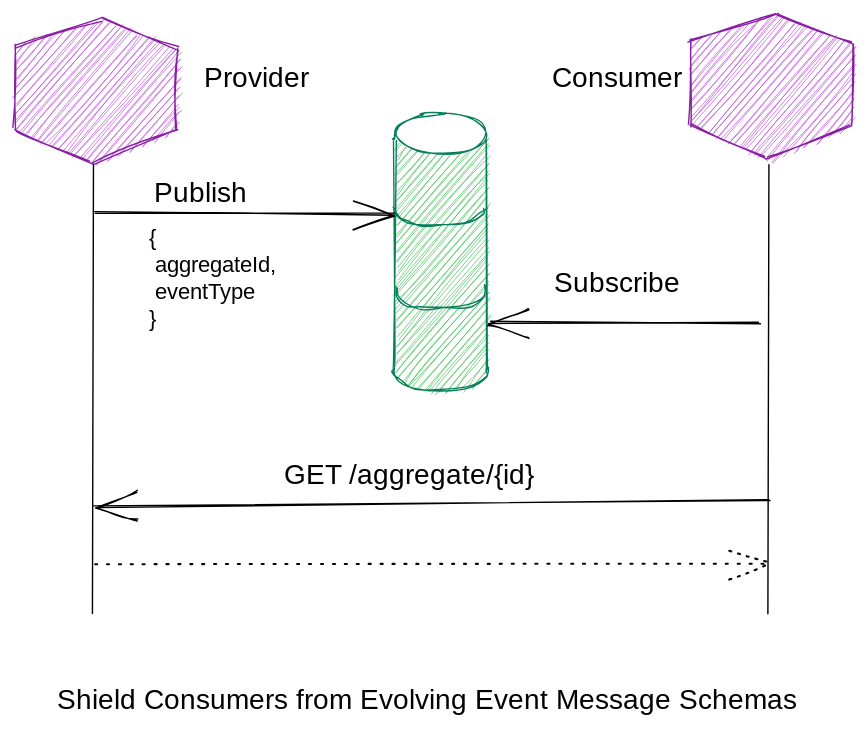
ZenWave360/zenwave-sdk keeps this Excalidraw diagram as docs/05-DDD-CQRS-And-Direct-Access.excalidraw.svg. Above is the earlier version. Source tidied: one line per element, renumbered; positions are measured from the earlier drawing's top-left corner, leaving out a move shared by most shapes. Source of this version:
```json
{"id": 0, "type": "line", "strokeColor": "#881fa3", "backgroundColor": "#be4bdb", "fillStyle": "hachure", "strokeWidth": 1, "roughness": 1, "x": 63, "y": 3, "width": 116, "height": 104, "points": [[0, 0], [-62, 19], [-63, 79], [-8, 104], [52, 79], [53, 21], [0, 0]]}
{"id": 1, "type": "line", "strokeColor": "#087f5b", "angle": 6.28, "backgroundColor": "#40c057", "fillStyle": "hachure", "strokeWidth": 1, "roughness": 1, "x": 271, "y": 90, "width": 66, "height": 196, "points": [[0, 0], [0, 148], [0, 165], [3, 172], [15, 178], [35, 180], [54, 177], [65, 170], [66, 164], [66, 150], [66, 12], [66, -1], [62, -8], [53, -12], [32, -16], [16, -14], [3, -6], [0, 0], [0, 0]]}
{"id": 2, "type": "line", "strokeColor": "#087f5b", "angle": 6.28, "strokeWidth": 1, "roughness": 1, "x": 272, "y": 196, "width": 64, "height": 16, "points": [[0, 0], [2, 6], [9, 12], [19, 15], [34, 15], [52, 13], [62, 6], [64, -1]]}
{"id": 3, "type": "line", "strokeColor": "#087f5b", "angle": 6.28, "strokeWidth": 1, "roughness": 1, "x": 272, "y": 139, "width": 64, "height": 13, "points": [[0, 0], [2, 5], [9, 9], [19, 12], [34, 12], [52, 11], [62, 5], [64, -1]]}
{"id": 4, "type": "ellipse", "strokeColor": "#087f5b", "angle": 6.28, "backgroundColor": "#fff", "fillStyle": "solid", "strokeWidth": 1, "roughness": 1, "x": 273, "y": 71, "width": 65, "height": 29}
{"id": 5, "type": "line", "strokeColor": "#881fa3", "backgroundColor": "#be4bdb", "fillStyle": "hachure", "strokeWidth": 1, "roughness": 1, "x": 546, "y": 0, "width": 116, "height": 104, "points": [[0, 0], [-62, 19], [-63, 79], [-8, 104], [52, 79], [53, 21], [0, 0]]}
{"id": 6, "type": "line", "strokeColor": "#000000", "strokeWidth": 1, "roughness": 0, "x": 57, "y": 107, "width": 1, "height": 321, "points": [[0, 0], [-1, 321]]}
{"id": 7, "type": "line", "strokeColor": "#000000", "strokeWidth": 1, "roughness": 0, "x": 539, "y": 108, "width": 1, "height": 321, "points": [[0, 0], [-1, 321]]}
{"id": 8, "type": "arrow", "strokeColor": "#000000", "strokeWidth": 1, "roughness": 1, "endArrowhead": "arrow", "x": 58, "y": 143, "width": 214, "height": 0, "points": [[0, 0], [214, 0]]}
{"id": 9, "type": "arrow", "strokeColor": "#000000", "strokeWidth": 1, "roughness": 1, "endArrowhead": "arrow", "x": 533, "y": 221, "width": 193, "height": 2, "points": [[0, 0], [-193, -2]]}
{"id": 10, "type": "arrow", "strokeColor": "#000000", "strokeWidth": 1, "roughness": 1, "endArrowhead": "arrow", "x": 539, "y": 347, "width": 481, "height": 5, "points": [[0, 0], [-481, 5]]}
{"id": 11, "type": "arrow", "strokeColor": "#000000", "strokeWidth": 1, "strokeStyle": "dotted", "roughness": 1, "endArrowhead": "arrow", "x": 58, "y": 393, "width": 481, "height": 1, "points": [[0, 0], [481, -1]]}
{"id": 12, "type": "text", "text": "GET /aggregate/{id}", "strokeColor": "#000000", "strokeWidth": 1, "strokeStyle": "dotted", "roughness": 0, "fontSize": 20, "fontFamily": 1, "x": 193, "y": 318, "width": 212, "height": 25}
{"id": 13, "type": "text", "text": "Publish", "strokeColor": "#000000", "strokeWidth": 1, "strokeStyle": "dotted", "roughness": 0, "fontSize": 20, "fontFamily": 1, "x": 100, "y": 116, "width": 66, "height": 25}
{"id": 14, "type": "text", "text": "{ \n aggregateId,\n eventType\n}", "strokeColor": "#000000", "strokeWidth": 1, "strokeStyle": "dotted", "roughness": 0, "fontSize": 16, "fontFamily": 3, "x": 97, "y": 149, "width": 122, "height": 77}
{"id": 15, "type": "text", "text": "Subscribe", "strokeColor": "#000000", "strokeWidth": 1, "strokeStyle": "dotted", "roughness": 0, "fontSize": 20, "fontFamily": 1, "x": 386, "y": 181, "width": 90, "height": 25}
{"id": 16, "type": "text", "text": "Provider", "strokeColor": "#000000", "strokeWidth": 1, "strokeStyle": "dotted", "roughness": 1, "fontSize": 20, "fontFamily": 1, "x": 136, "y": 34, "width": 80, "height": 25}
{"id": 17, "type": "text", "text": "Consumer", "strokeColor": "#000000", "strokeWidth": 1, "strokeStyle": "dotted", "roughness": 1, "fontSize": 20, "fontFamily": 1, "x": 384, "y": 34, "width": 89, "height": 25}
{"id": 18, "type": "text", "text": "Shield Consumers from Evolving Event Message Schemas", "strokeColor": "#000000", "strokeWidth": 1, "strokeStyle": "dotted", "roughness": 1, "fontSize": 20, "fontFamily": 1, "x": 30, "y": 479, "width": 548, "height": 25}
```
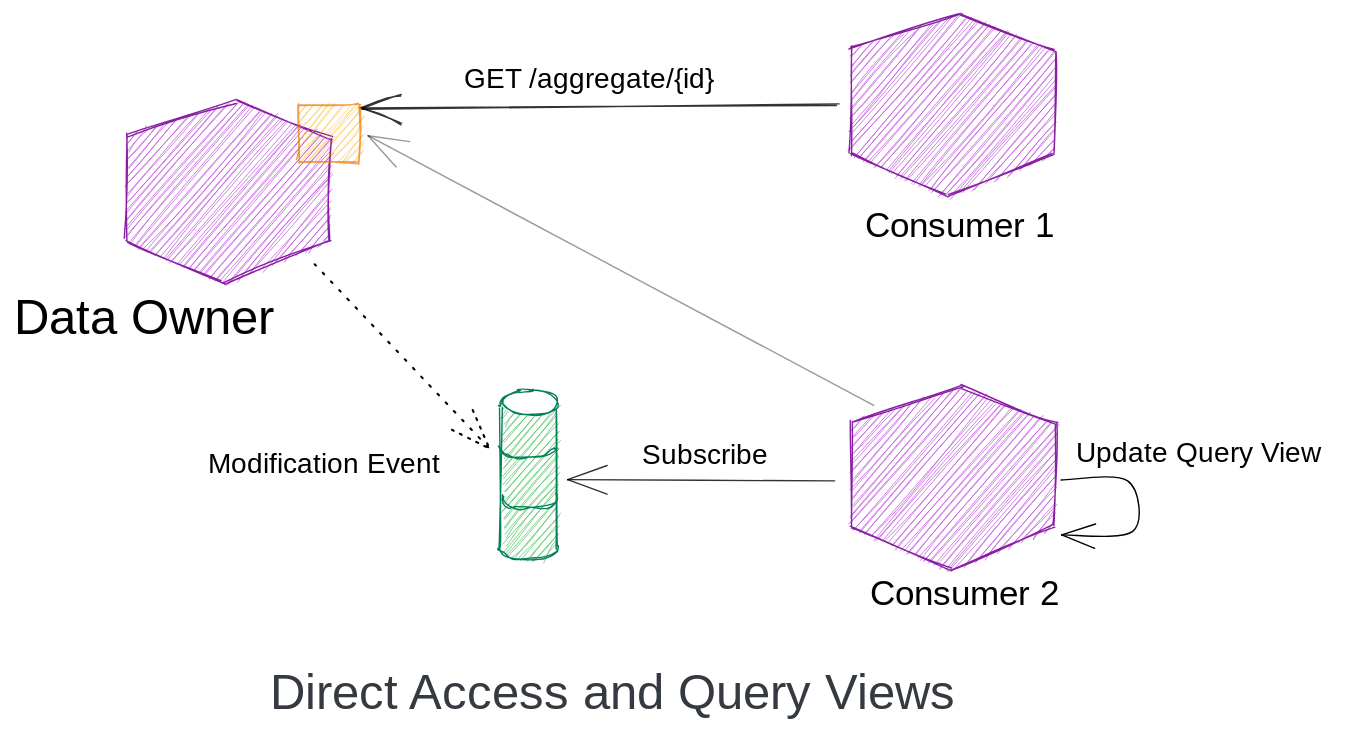
The same diagram one commit later.

Change to the diagram source:
```diff
@@ -1,19 +1,21 @@
-{"id": 0, "type": "line", "strokeColor": "#881fa3", "backgroundColor": "#be4bdb", "fillStyle": "hachure", "strokeWidth": 1, "roughness": 1, "x": 63, "y": 3, "width": 116, "height": 104, "points": [[0, 0], [-62, 19], [-63, 79], [-8, 104], [52, 79], [53, 21], [0, 0]]}
+{"id": 0, "type": "line", "strokeColor": "#881fa3", "backgroundColor": "#be4bdb", "fillStyle": "hachure", "strokeWidth": 1, "roughness": 1, "x": -2, "y": 19, "width": 147, "height": 131, "points": [[0, 0], [-79, 24], [-80, 100], [-10, 131], [65, 100], [67, 27], [0, 0]]}
-{"id": 1, "type": "line", "strokeColor": "#087f5b", "angle": 6.28, "backgroundColor": "#40c057", "fillStyle": "hachure", "strokeWidth": 1, "roughness": 1, "x": 271, "y": 90, "width": 66, "height": 196, "points": [[0, 0], [0, 148], [0, 165], [3, 172], [15, 178], [35, 180], [54, 177], [65, 170], [66, 164], [66, 150], [66, 12], [66, -1], [62, -8], [53, -12], [32, -16], [16, -14], [3, -6], [0, 0], [0, 0]]}
+{"id": 1, "type": "line", "strokeColor": "#087f5b", "angle": 6.28, "backgroundColor": "#40c057", "fillStyle": "hachure", "strokeWidth": 1, "roughness": 1, "x": 186, "y": 237, "width": 41, "height": 120, "points": [[0, 0], [0, 91], [0, 101], [2, 105], [9, 109], [22, 110], [33, 108], [40, 104], [40, 100], [41, 92], [40, 8], [40, 0], [38, -5], [32, -7], [20, -10], [10, -8], [2, -4], [0, 0], [0, 0]]}
-{"id": 2, "type": "line", "strokeColor": "#087f5b", "angle": 6.28, "strokeWidth": 1, "roughness": 1, "x": 272, "y": 196, "width": 64, "height": 16, "points": [[0, 0], [2, 6], [9, 12], [19, 15], [34, 15], [52, 13], [62, 6], [64, -1]]}
+{"id": 2, "type": "line", "strokeColor": "#087f5b", "angle": 6.28, "strokeWidth": 1, "roughness": 1, "x": 187, "y": 301, "width": 39, "height": 10, "points": [[0, 0], [1, 4], [6, 7], [11, 9], [21, 9], [32, 8], [38, 4], [39, 0]]}
-{"id": 3, "type": "line", "strokeColor": "#087f5b", "angle": 6.28, "strokeWidth": 1, "roughness": 1, "x": 272, "y": 139, "width": 64, "height": 13, "points": [[0, 0], [2, 5], [9, 9], [19, 12], [34, 12], [52, 11], [62, 5], [64, -1]]}
+{"id": 3, "type": "line", "strokeColor": "#087f5b", "angle": 6.28, "strokeWidth": 1, "roughness": 1, "x": 186, "y": 266, "width": 39, "height": 8, "points": [[0, 0], [1, 3], [5, 6], [11, 7], [21, 8], [32, 7], [38, 3], [39, 0]]}
-{"id": 4, "type": "ellipse", "strokeColor": "#087f5b", "angle": 6.28, "backgroundColor": "#fff", "fillStyle": "solid", "strokeWidth": 1, "roughness": 1, "x": 273, "y": 71, "width": 65, "height": 29}
+{"id": 4, "type": "ellipse", "strokeColor": "#087f5b", "angle": 6.28, "backgroundColor": "#fff", "fillStyle": "solid", "strokeWidth": 1, "roughness": 1, "x": 188, "y": 226, "width": 40, "height": 18}
-{"id": 5, "type": "line", "strokeColor": "#881fa3", "backgroundColor": "#be4bdb", "fillStyle": "hachure", "strokeWidth": 1, "roughness": 1, "x": 546, "y": 0, "width": 116, "height": 104, "points": [[0, 0], [-62, 19], [-63, 79], [-8, 104], [52, 79], [53, 21], [0, 0]]}
+{"id": 5, "type": "line", "strokeColor": "#881fa3", "backgroundColor": "#be4bdb", "fillStyle": "hachure", "strokeWidth": 1, "roughness": 1, "x": 516, "y": -43, "width": 147, "height": 131, "points": [[0, 0], [-79, 24], [-80, 100], [-10, 131], [65, 100], [67, 27], [0, 0]]}
-{"id": 6, "type": "line", "strokeColor": "#000000", "strokeWidth": 1, "roughness": 0, "x": 57, "y": 107, "width": 1, "height": 321, "points": [[0, 0], [-1, 321]]}
-{"id": 7, "type": "line", "strokeColor": "#000000", "strokeWidth": 1, "roughness": 0, "x": 539, "y": 108, "width": 1, "height": 321, "points": [[0, 0], [-1, 321]]}
-{"id": 8, "type": "arrow", "strokeColor": "#000000", "strokeWidth": 1, "roughness": 1, "endArrowhead": "arrow", "x": 58, "y": 143, "width": 214, "height": 0, "points": [[0, 0], [214, 0]]}
+{"id": 8, "type": "arrow", "strokeColor": "#000000", "strokeWidth": 1, "strokeStyle": "dotted", "roughness": 0, "endArrowhead": "arrow", "x": 53, "y": 135, "width": 125, "height": 132, "points": [[0, 0], [125, 132]]}
-{"id": 9, "type": "arrow", "strokeColor": "#000000", "strokeWidth": 1, "roughness": 1, "endArrowhead": "arrow", "x": 533, "y": 221, "width": 193, "height": 2, "points": [[0, 0], [-193, -2]]}
+{"id": 9, "type": "arrow", "strokeColor": "#000000", "strokeWidth": 1, "roughness": 0, "opacity": 80, "endArrowhead": "arrow", "x": 425, "y": 290, "width": 191, "height": 1, "points": [[0, 0], [-191, -1]]}
-{"id": 10, "type": "arrow", "strokeColor": "#000000", "strokeWidth": 1, "roughness": 1, "endArrowhead": "arrow", "x": 539, "y": 347, "width": 481, "height": 5, "points": [[0, 0], [-481, 5]]}
+{"id": 10, "type": "arrow", "strokeColor": "#000000", "strokeWidth": 1, "roughness": 1, "opacity": 80, "endArrowhead": "arrow", "to": 21, "x": 427, "y": 22, "width": 340, "height": 3, "points": [[0, 0], [-340, 3]]}
-{"id": 11, "type": "arrow", "strokeColor": "#000000", "strokeWidth": 1, "strokeStyle": "dotted", "roughness": 1, "endArrowhead": "arrow", "x": 58, "y": 393, "width": 481, "height": 1, "points": [[0, 0], [481, -1]]}
-{"id": 12, "type": "text", "text": "GET /aggregate/{id}", "strokeColor": "#000000", "strokeWidth": 1, "strokeStyle": "dotted", "roughness": 0, "fontSize": 20, "fontFamily": 1, "x": 193, "y": 318, "width": 212, "height": 25}
+{"id": 12, "type": "text", "text": "GET /aggregate/{id}", "strokeColor": "#000000", "strokeWidth": 1, "strokeStyle": "dotted", "roughness": 0, "fontSize": 20.15, "fontFamily": 1, "x": 160, "y": -8, "width": 214, "height": 25}
-{"id": 13, "type": "text", "text": "Publish", "strokeColor": "#000000", "strokeWidth": 1, "strokeStyle": "dotted", "roughness": 0, "fontSize": 20, "fontFamily": 1, "x": 100, "y": 116, "width": 66, "height": 25}
+{"id": 13, "type": "text", "text": "Modification Event", "strokeColor": "#000000", "strokeWidth": 1, "strokeStyle": "dotted", "roughness": 0, "fontSize": 20.15, "fontFamily": 1, "x": -23, "y": 267, "width": 184, "height": 25}
-{"id": 14, "type": "text", "text": "{ \n aggregateId,\n eventType\n}", "strokeColor": "#000000", "strokeWidth": 1, "strokeStyle": "dotted", "roughness": 0, "fontSize": 16, "fontFamily": 3, "x": 97, "y": 149, "width": 122, "height": 77}
-{"id": 15, "type": "text", "text": "Subscribe", "strokeColor": "#000000", "strokeWidth": 1, "strokeStyle": "dotted", "roughness": 0, "fontSize": 20, "fontFamily": 1, "x": 386, "y": 181, "width": 90, "height": 25}
+{"id": 15, "type": "text", "text": "Subscribe", "strokeColor": "#000000", "strokeWidth": 1, "strokeStyle": "dotted", "roughness": 0, "fontSize": 20.15, "fontFamily": 1, "x": 287, "y": 260, "width": 91, "height": 25}
-{"id": 16, "type": "text", "text": "Provider", "strokeColor": "#000000", "strokeWidth": 1, "strokeStyle": "dotted", "roughness": 1, "fontSize": 20, "fontFamily": 1, "x": 136, "y": 34, "width": 80, "height": 25}
+{"id": 16, "type": "text", "text": "Data Owner", "strokeColor": "#000000", "strokeWidth": 1, "strokeStyle": "dotted", "roughness": 1, "fontSize": 35.26, "fontFamily": 1, "x": -161, "y": 154, "width": 212, "height": 44}
-{"id": 17, "type": "text", "text": "Consumer", "strokeColor": "#000000", "strokeWidth": 1, "strokeStyle": "dotted", "roughness": 1, "fontSize": 20, "fontFamily": 1, "x": 384, "y": 34, "width": 89, "height": 25}
+{"id": 17, "type": "text", "text": "Consumer 1", "strokeColor": "#000000", "strokeWidth": 1, "strokeStyle": "dotted", "roughness": 1, "fontSize": 25.19, "fontFamily": 1, "x": 446, "y": 94, "width": 131, "height": 31}
-{"id": 18, "type": "text", "text": "Shield Consumers from Evolving Event Message Schemas", "strokeColor": "#000000", "strokeWidth": 1, "strokeStyle": "dotted", "roughness": 1, "fontSize": 20, "fontFamily": 1, "x": 30, "y": 479, "width": 548, "height": 25}
+{"id": 18, "type": "text", "text": "Direct Access and Query Views", "strokeColor": "#343a40", "strokeWidth": 1, "strokeStyle": "dotted", "roughness": 1, "fontSize": 35.26, "fontFamily": 1, "x": 22, "y": 422, "width": 538, "height": 44}
+{"id": 19, "type": "arrow", "strokeColor": "#000000", "strokeWidth": 1, "roughness": 0, "endArrowhead": "arrow", "from": 20, "x": 587, "y": 290, "width": 51, "height": 39, "points": [[0, 0], [48, 1], [51, 37], [0, 39]]}
+{"id": 20, "type": "text", "text": "Update Query View", "strokeColor": "#000000", "strokeWidth": 1, "roughness": 1, "fontSize": 20.15, "fontFamily": 1, "x": 597, "y": 258, "width": 185, "height": 25}
+{"id": 21, "type": "rectangle", "strokeColor": "#e67700", "backgroundColor": "#fab005", "fillStyle": "hachure", "strokeWidth": 1, "roughness": 1, "opacity": 70, "x": 42, "y": 22, "width": 43, "height": 41}
+{"id": 22, "type": "line", "strokeColor": "#881fa3", "backgroundColor": "#be4bdb", "fillStyle": "hachure", "strokeWidth": 1, "roughness": 1, "x": 516, "y": 223, "width": 147, "height": 131, "points": [[0, 0], [-79, 24], [-80, 100], [-10, 131], [65, 100], [67, 27], [0, 0]]}
+{"id": 23, "type": "text", "text": "Consumer 2", "strokeColor": "#000000", "strokeWidth": 1, "strokeStyle": "dotted", "roughness": 1, "fontSize": 25.19, "fontFamily": 1, "x": 450, "y": 356, "width": 142, "height": 31}
+{"id": 24, "type": "arrow", "strokeColor": "#000000", "strokeWidth": 1, "roughness": 0, "opacity": 40, "endArrowhead": "arrow", "to": 21, "x": 453, "y": 236, "width": 361, "height": 193, "points": [[0, 0], [-361, -193]]}
```
